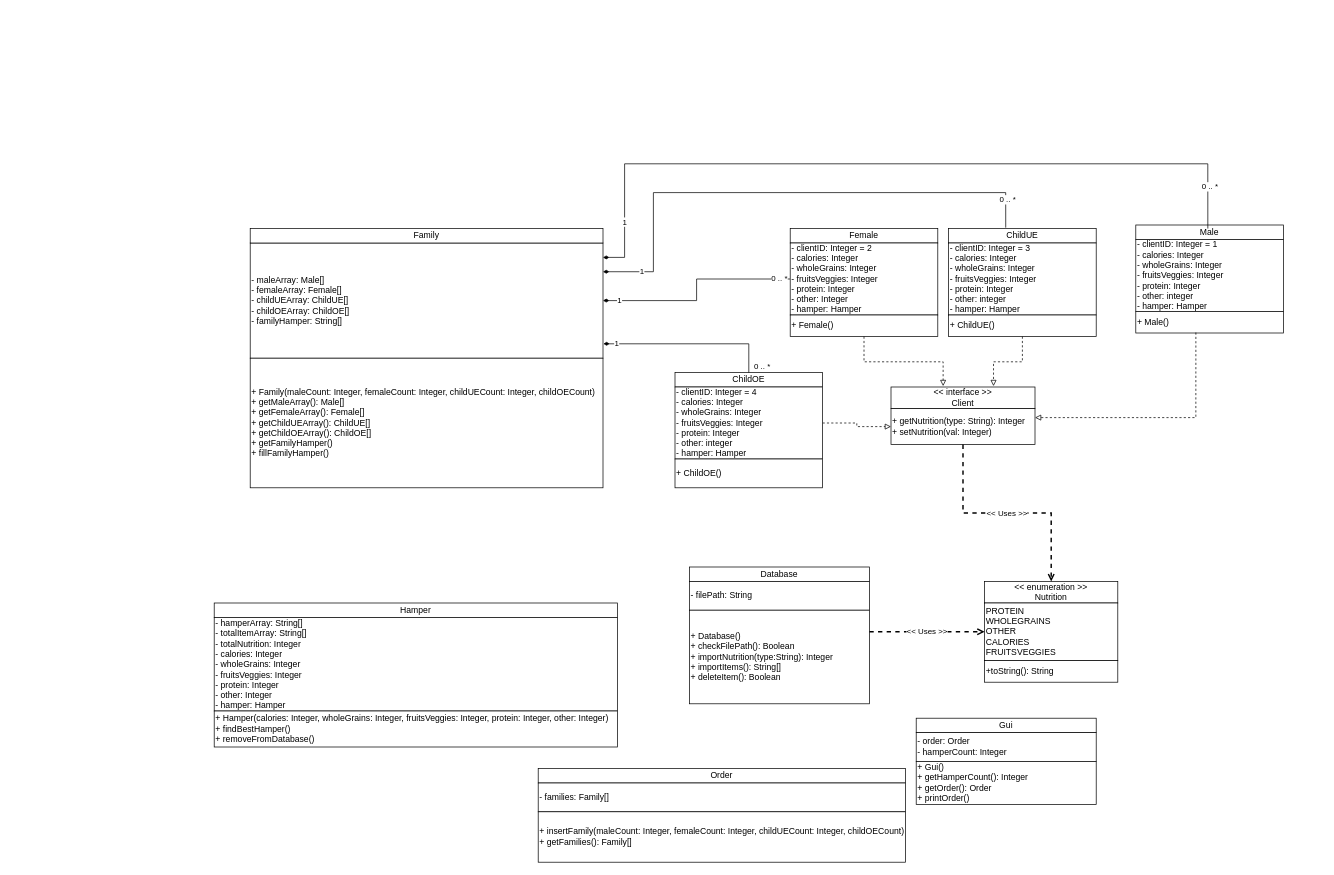
The draw.io diagram uml.drawio in dyenaan/ENSF409Group30, before the edit. Source tidied: cells renumbered, new cells numbered last; positions are measured from the earlier drawing's top-left corner, leaving out a move shared by most shapes. Both pictures are drawn from the tidied source at 72%, with x=0, y=0 at pixel (214, 163).
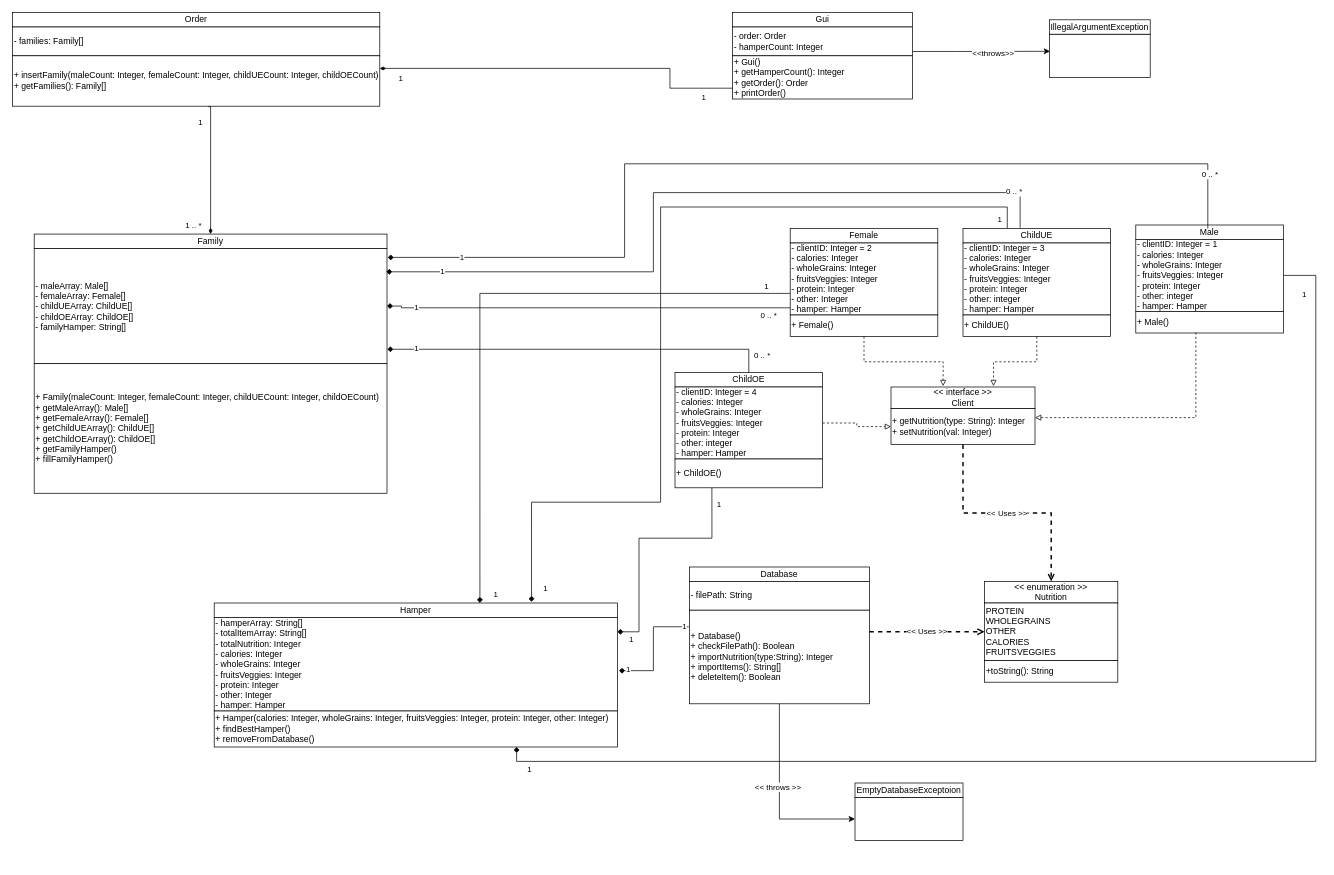
Above is the later version.

Commit message (it also covers changes not shown here):
Current UML diagram for the project

The change refers to these unchanged cells:
```xml
<mxCell id="5" value="Male" style="rounded=0;whiteSpace=wrap;html=1;" parent="1" vertex="1">
  <mxGeometry x="1280" y="85" width="205" height="20" as="geometry" />
</mxCell>
<mxCell id="6" value="- clientID: Integer = 1&lt;br&gt;- calories: Integer&lt;br&gt;- wholeGrains: Integer&lt;br&gt;- fruitsVeggies: Integer&lt;br&gt;- protein: Integer&lt;br&gt;- other: integer&lt;br&gt;- hamper: Hamper" style="rounded=0;whiteSpace=wrap;html=1;align=left;" parent="1" vertex="1">
  <mxGeometry x="1280" y="105" width="205" height="100" as="geometry" />
</mxCell>
<mxCell id="12" value="- clientID: Integer = 2&lt;br&gt;- calories: Integer&lt;br&gt;- wholeGrains: Integer&lt;br&gt;- fruitsVeggies: Integer&lt;br&gt;- protein: Integer&lt;br&gt;- other: Integer&lt;br&gt;- hamper: Hamper" style="rounded=0;whiteSpace=wrap;html=1;align=left;" parent="1" vertex="1">
  <mxGeometry x="800" y="110" width="205" height="100" as="geometry" />
</mxCell>
<mxCell id="17" value="ChildOE" style="rounded=0;whiteSpace=wrap;html=1;" parent="1" vertex="1">
  <mxGeometry x="640" y="290" width="205" height="20" as="geometry" />
</mxCell>
<mxCell id="20" value="+ ChildOE()" style="rounded=0;whiteSpace=wrap;html=1;align=left;" parent="1" vertex="1">
  <mxGeometry x="640" y="410" width="205" height="40" as="geometry" />
</mxCell>
<mxCell id="21" value="Hamper" style="rounded=0;whiteSpace=wrap;html=1;" parent="1" vertex="1">
  <mxGeometry y="610" width="560" height="20" as="geometry" />
</mxCell>
<mxCell id="22" value="- hamperArray: String[]&lt;br&gt;- totalItemArray: String[]&lt;br&gt;- totalNutrition: Integer&lt;br&gt;- calories: Integer&lt;br&gt;- wholeGrains: Integer&lt;br&gt;- fruitsVeggies: Integer&lt;br&gt;- protein: Integer&lt;br&gt;- other: Integer&lt;br&gt;- hamper: Hamper" style="rounded=0;whiteSpace=wrap;html=1;align=left;" parent="1" vertex="1">
  <mxGeometry y="630" width="560" height="130" as="geometry" />
</mxCell>
<mxCell id="23" value="+ Hamper(calories: Integer, wholeGrains: Integer, fruitsVeggies: Integer, protein: Integer, other: Integer)&lt;br&gt;+ findBestHamper()&lt;br&gt;+ removeFromDatabase()" style="rounded=0;whiteSpace=wrap;html=1;align=left;" parent="1" vertex="1">
  <mxGeometry y="760" width="560" height="50" as="geometry" />
</mxCell>
<mxCell id="28" value="+ Database()&lt;br&gt;+ checkFilePath(): Boolean&lt;br&gt;+ importNutrition(type:String): Integer&lt;br&gt;+ importItems(): String[]&lt;br&gt;+ deleteItem(): Boolean" style="rounded=0;whiteSpace=wrap;html=1;align=left;" parent="1" vertex="1">
  <mxGeometry x="660" y="620" width="250" height="130" as="geometry" />
</mxCell>
```

Diff of the diagram source:
```diff
@@
     <mxCell id="2" value="- maleArray: Male[]&lt;br&gt;- femaleArray: Female[]&lt;br&gt;- childUEArray: ChildUE[]&lt;br&gt;- childOEArray: ChildOE[]&lt;br&gt;- familyHamper: String[]" style="rounded=0;whiteSpace=wrap;html=1;align=left;" parent="1" vertex="1">
-      <mxGeometry x="50" y="110" width="490" height="160" as="geometry" />
+      <mxGeometry x="-250" y="117.6" width="490" height="160" as="geometry" />
     </mxCell>
     <mxCell id="3" value="Family" style="rounded=0;whiteSpace=wrap;html=1;" parent="1" vertex="1">
-      <mxGeometry x="50" y="90" width="490" height="20" as="geometry" />
+      <mxGeometry x="-250" y="97.6" width="490" height="20" as="geometry" />
     </mxCell>
     <mxCell id="4" value="+ Family(maleCount: Integer, femaleCount: Integer, childUECount: Integer, childOECount)&lt;br&gt;+ getMaleArray(): Male[]&lt;br&gt;+ getFemaleArray(): Female[]&lt;br&gt;+ getChildUEArray(): ChildUE[]&lt;br&gt;+ getChildOEArray(): ChildOE[]&lt;br&gt;+ getFamilyHamper()&lt;br&gt;+ fillFamilyHamper()" style="rounded=0;whiteSpace=wrap;html=1;align=left;" parent="1" vertex="1">
-      <mxGeometry x="50" y="270" width="490" height="180" as="geometry" />
+      <mxGeometry x="-250" y="277.6" width="490" height="180" as="geometry" />
     </mxCell>
@@
+    <mxCell id="52" style="edgeStyle=orthogonalEdgeStyle;rounded=0;jettySize=auto;html=1;entryX=0.75;entryY=1;entryDx=0;entryDy=0;endArrow=diamond;endFill=1;" parent="1" edge="1" source="6" target="23">
+      <mxGeometry relative="1" as="geometry">
+        <Array as="points">
+          <mxPoint x="1530" y="155" />
+          <mxPoint x="1530" y="830" />
+          <mxPoint x="420" y="830" />
+        </Array>
+      </mxGeometry>
+    </mxCell>
+    <mxCell id="53" value="1" style="edgeLabel;html=1;align=center;verticalAlign=middle;" parent="52" vertex="1">
+      <mxGeometry x="0.93" y="2" relative="1" as="geometry">
+        <mxPoint x="-28" y="8" as="offset" />
+      </mxGeometry>
+    </mxCell>
+    <mxCell id="54" value="1" style="edgeLabel;html=1;align=center;verticalAlign=middle;" parent="52" vertex="1">
+      <mxGeometry x="-0.97" y="-1" relative="1" as="geometry">
+        <mxPoint y="24" as="offset" />
+      </mxGeometry>
+    </mxCell>
@@
-    <mxCell id="9" style="edgeStyle=orthogonalEdgeStyle;rounded=0;jettySize=auto;html=1;entryX=1;entryY=0.5;entryDx=0;entryDy=0;endArrow=diamondThin;endFill=1;" parent="1" edge="1" source="12" target="2">
-      <mxGeometry relative="1" as="geometry" />
+    <mxCell id="9" style="edgeStyle=orthogonalEdgeStyle;rounded=0;jettySize=auto;html=1;endArrow=diamond;endFill=1;entryX=1;entryY=0.5;entryDx=0;entryDy=0;" parent="1" edge="1" source="12" target="2">
+      <mxGeometry relative="1" as="geometry">
+        <Array as="points">
+          <mxPoint x="260" y="200" />
+          <mxPoint x="260" y="198" />
+        </Array>
+      </mxGeometry>
     </mxCell>
@@
     <mxCell id="11" value="0 .. *" style="edgeLabel;html=1;align=center;verticalAlign=middle;" parent="9" vertex="1">
-      <mxGeometry x="-0.89" y="-2" relative="1" as="geometry" />
+      <mxGeometry x="-0.89" y="-2" relative="1" as="geometry">
+        <mxPoint y="12" as="offset" />
+      </mxGeometry>
     </mxCell>
+    <mxCell id="55" style="edgeStyle=orthogonalEdgeStyle;rounded=0;jettySize=auto;html=1;entryX=0.659;entryY=-0.007;entryDx=0;entryDy=0;entryPerimeter=0;endArrow=diamond;endFill=1;" parent="1" edge="1" source="12" target="21">
+      <mxGeometry relative="1" as="geometry">
+        <Array as="points">
+          <mxPoint x="369" y="180" />
+        </Array>
+      </mxGeometry>
+    </mxCell>
+    <mxCell id="56" value="1" style="edgeLabel;html=1;align=center;verticalAlign=middle;" parent="55" vertex="1">
+      <mxGeometry x="0.96" y="-2" relative="1" as="geometry">
+        <mxPoint x="23" y="4" as="offset" />
+      </mxGeometry>
+    </mxCell>
+    <mxCell id="57" value="1" style="edgeLabel;html=1;align=center;verticalAlign=middle;" parent="55" vertex="1">
+      <mxGeometry x="-0.92" relative="1" as="geometry">
+        <mxPoint y="-10" as="offset" />
+      </mxGeometry>
+    </mxCell>
@@
     <mxCell id="14" value="ChildUE" style="rounded=0;whiteSpace=wrap;html=1;" parent="1" vertex="1">
-      <mxGeometry x="1020" y="90" width="205" height="20" as="geometry" />
+      <mxGeometry x="1040" y="90" width="205" height="20" as="geometry" />
     </mxCell>
+    <mxCell id="58" style="edgeStyle=orthogonalEdgeStyle;rounded=0;jettySize=auto;html=1;endArrow=diamond;endFill=1;exitX=0.3;exitY=-0.04;exitDx=0;exitDy=0;exitPerimeter=0;entryX=0.787;entryY=-0.082;entryDx=0;entryDy=0;entryPerimeter=0;" parent="1" edge="1" source="14" target="21">
+      <mxGeometry relative="1" as="geometry">
+        <Array as="points">
+          <mxPoint x="1101" y="60" />
+          <mxPoint x="620" y="60" />
+          <mxPoint x="620" y="470" />
+          <mxPoint x="441" y="470" />
+        </Array>
+      </mxGeometry>
+    </mxCell>
+    <mxCell id="59" value="1" style="edgeLabel;html=1;align=center;verticalAlign=middle;" parent="58" vertex="1">
+      <mxGeometry x="0.97" relative="1" as="geometry">
+        <mxPoint x="19" as="offset" />
+      </mxGeometry>
+    </mxCell>
+    <mxCell id="60" value="1" style="edgeLabel;html=1;align=center;verticalAlign=middle;" parent="58" vertex="1">
+      <mxGeometry x="-0.98" relative="1" as="geometry">
+        <mxPoint x="-11" as="offset" />
+      </mxGeometry>
+    </mxCell>
     <mxCell id="15" value="- clientID: Integer = 3&lt;br&gt;- calories: Integer&lt;br&gt;- wholeGrains: Integer&lt;br&gt;- fruitsVeggies: Integer&lt;br&gt;- protein: Integer&lt;br&gt;- other: integer&lt;br&gt;- hamper: Hamper" style="rounded=0;whiteSpace=wrap;html=1;align=left;" parent="1" vertex="1">
-      <mxGeometry x="1020" y="110" width="205" height="100" as="geometry" />
+      <mxGeometry x="1040" y="110" width="205" height="100" as="geometry" />
     </mxCell>
     <mxCell id="16" value="+ ChildUE()" style="rounded=0;whiteSpace=wrap;html=1;align=left;" parent="1" vertex="1">
-      <mxGeometry x="1020" y="210" width="205" height="30" as="geometry" />
+      <mxGeometry x="1040" y="210" width="205" height="30" as="geometry" />
     </mxCell>
@@
+    <mxCell id="61" style="edgeStyle=orthogonalEdgeStyle;rounded=0;jettySize=auto;html=1;entryX=1;entryY=0.154;entryDx=0;entryDy=0;entryPerimeter=0;endArrow=diamond;endFill=1;exitX=0.25;exitY=1;exitDx=0;exitDy=0;" parent="1" edge="1" source="20" target="22">
+      <mxGeometry relative="1" as="geometry">
+        <Array as="points">
+          <mxPoint x="691" y="520" />
+          <mxPoint x="590" y="520" />
+          <mxPoint x="590" y="650" />
+        </Array>
+      </mxGeometry>
+    </mxCell>
+    <mxCell id="62" value="1" style="edgeLabel;html=1;align=center;verticalAlign=middle;" parent="61" vertex="1">
+      <mxGeometry x="0.89" y="1" relative="1" as="geometry">
+        <mxPoint y="9" as="offset" />
+      </mxGeometry>
+    </mxCell>
+    <mxCell id="63" value="1" style="edgeLabel;html=1;align=center;verticalAlign=middle;" parent="61" vertex="1">
+      <mxGeometry x="-0.86" y="2" relative="1" as="geometry">
+        <mxPoint x="7" as="offset" />
+      </mxGeometry>
+    </mxCell>
@@
+    <mxCell id="64" style="edgeStyle=orthogonalEdgeStyle;rounded=0;jettySize=auto;html=1;entryX=0;entryY=0.5;entryDx=0;entryDy=0;endArrow=classic;endFill=1;" parent="1" edge="1" source="28" target="77">
+      <mxGeometry relative="1" as="geometry" />
+    </mxCell>
+    <mxCell id="65" value="&amp;lt;&amp;lt; throws &amp;gt;&amp;gt;" style="edgeLabel;html=1;align=center;verticalAlign=middle;" parent="64" vertex="1">
+      <mxGeometry x="-0.13" y="-3" relative="1" as="geometry" />
+    </mxCell>
@@
     <mxCell id="29" value="Order" style="rounded=0;whiteSpace=wrap;html=1;" parent="1" vertex="1">
-      <mxGeometry x="450" y="840" width="510" height="20" as="geometry" />
+      <mxGeometry x="-280" y="-210" width="510" height="20" as="geometry" />
     </mxCell>
     <mxCell id="30" value="- families: Family[]&amp;nbsp;" style="rounded=0;whiteSpace=wrap;html=1;align=left;" parent="1" vertex="1">
-      <mxGeometry x="450" y="860" width="510" height="40" as="geometry" />
+      <mxGeometry x="-280" y="-190" width="510" height="40" as="geometry" />
     </mxCell>
     <mxCell id="31" value="+ insertFamily(maleCount: Integer, femaleCount: Integer, childUECount: Integer, childOECount)&lt;br&gt;+ getFamilies(): Family[]" style="rounded=0;whiteSpace=wrap;html=1;align=left;" parent="1" vertex="1">
-      <mxGeometry x="450" y="900" width="510" height="70" as="geometry" />
+      <mxGeometry x="-280" y="-150" width="510" height="70" as="geometry" />
     </mxCell>
     <mxCell id="32" value="Gui" style="rounded=0;whiteSpace=wrap;html=1;" parent="1" vertex="1">
-      <mxGeometry x="975" y="770" width="250" height="20" as="geometry" />
+      <mxGeometry x="720" y="-210" width="250" height="20" as="geometry" />
     </mxCell>
+    <mxCell id="66" style="edgeStyle=orthogonalEdgeStyle;rounded=0;jettySize=auto;html=1;entryX=0.006;entryY=0.396;entryDx=0;entryDy=0;entryPerimeter=0;endArrow=classic;endFill=1;" parent="1" edge="1" source="33" target="79">
+      <mxGeometry relative="1" as="geometry">
+        <Array as="points">
+          <mxPoint x="1030" y="-156" />
+          <mxPoint x="1030" y="-156" />
+        </Array>
+      </mxGeometry>
+    </mxCell>
+    <mxCell id="67" value="&amp;lt;&amp;lt;throws&amp;gt;&amp;gt;" style="edgeLabel;html=1;align=center;verticalAlign=middle;" parent="66" vertex="1">
+      <mxGeometry x="0.51" y="-3" relative="1" as="geometry">
+        <mxPoint x="-33" as="offset" />
+      </mxGeometry>
+    </mxCell>
     <mxCell id="33" value="- order: Order&lt;br&gt;- hamperCount: Integer" style="rounded=0;whiteSpace=wrap;html=1;align=left;" parent="1" vertex="1">
-      <mxGeometry x="975" y="790" width="250" height="40" as="geometry" />
+      <mxGeometry x="720" y="-190" width="250" height="40" as="geometry" />
     </mxCell>
     <mxCell id="34" value="+ Gui()&lt;br&gt;+ getHamperCount(): Integer&lt;br&gt;+ getOrder(): Order&lt;br&gt;+ printOrder()" style="rounded=0;whiteSpace=wrap;html=1;align=left;" parent="1" vertex="1">
-      <mxGeometry x="975" y="830" width="250" height="60" as="geometry" />
+      <mxGeometry x="720" y="-150" width="250" height="60" as="geometry" />
     </mxCell>
@@
-    <mxCell id="43" style="edgeStyle=orthogonalEdgeStyle;rounded=0;jettySize=auto;html=1;entryX=1;entryY=0.5;entryDx=0;entryDy=0;endArrow=diamondThin;endFill=1;exitX=0.387;exitY=-0.066;exitDx=0;exitDy=0;exitPerimeter=0;" parent="1" edge="1" source="14">
+    <mxCell id="43" style="edgeStyle=orthogonalEdgeStyle;rounded=0;jettySize=auto;html=1;endArrow=diamond;endFill=1;exitX=0.387;exitY=-0.066;exitDx=0;exitDy=0;exitPerimeter=0;" parent="1" edge="1" source="14">
       <mxGeometry relative="1" as="geometry">
-        <mxPoint x="540" y="149.9" as="targetPoint" />
+        <mxPoint x="239" y="150" as="targetPoint" />
         <Array as="points">
           <mxPoint x="1099" y="40" />
           <mxPoint x="610" y="40" />
           <mxPoint x="610" y="150" />
+          <mxPoint x="239" y="150" />
         </Array>
       </mxGeometry>
     </mxCell>
@@
-    <mxCell id="46" style="edgeStyle=orthogonalEdgeStyle;rounded=0;jettySize=auto;html=1;entryX=1;entryY=0.5;entryDx=0;entryDy=0;endArrow=diamondThin;endFill=1;exitX=0.488;exitY=0.25;exitDx=0;exitDy=0;exitPerimeter=0;" parent="1" edge="1" source="5">
+    <mxCell id="46" style="edgeStyle=orthogonalEdgeStyle;rounded=0;jettySize=auto;html=1;endArrow=diamond;endFill=1;exitX=0.488;exitY=0.25;exitDx=0;exitDy=0;exitPerimeter=0;" parent="1" edge="1" source="5">
       <mxGeometry relative="1" as="geometry">
-        <mxPoint x="540" y="130" as="targetPoint" />
+        <mxPoint x="241" y="130" as="targetPoint" />
         <Array as="points">
           <mxPoint x="1380" />
           <mxPoint x="570" />
           <mxPoint x="570" y="130" />
+          <mxPoint x="241" y="130" />
         </Array>
       </mxGeometry>
     </mxCell>
@@
-    <mxCell id="49" style="edgeStyle=orthogonalEdgeStyle;rounded=0;jettySize=auto;html=1;entryX=1.001;entryY=0.875;entryDx=0;entryDy=0;endArrow=diamondThin;endFill=1;entryPerimeter=0;exitX=0.5;exitY=0;exitDx=0;exitDy=0;" parent="1" edge="1" source="17" target="2">
+    <mxCell id="49" style="edgeStyle=orthogonalEdgeStyle;rounded=0;jettySize=auto;html=1;entryX=1.001;entryY=0.875;entryDx=0;entryDy=0;endArrow=diamond;endFill=1;entryPerimeter=0;exitX=0.5;exitY=0;exitDx=0;exitDy=0;" parent="1" edge="1" source="17" target="2">
       <mxGeometry relative="1" as="geometry" />
     </mxCell>
@@
+    <mxCell id="68" style="edgeStyle=orthogonalEdgeStyle;rounded=0;jettySize=auto;html=1;entryX=1.004;entryY=0.569;entryDx=0;entryDy=0;endArrow=diamond;endFill=1;entryPerimeter=0;exitX=-0.004;exitY=0.177;exitDx=0;exitDy=0;exitPerimeter=0;" parent="1" edge="1" source="28" target="22">
+      <mxGeometry relative="1" as="geometry" />
+    </mxCell>
+    <mxCell id="69" value="1" style="edgeLabel;html=1;align=center;verticalAlign=middle;" parent="68" vertex="1">
+      <mxGeometry x="0.85" y="-1" relative="1" as="geometry" />
+    </mxCell>
+    <mxCell id="70" value="1" style="edgeLabel;html=1;align=center;verticalAlign=middle;" parent="68" vertex="1">
+      <mxGeometry x="-0.91" y="-1" relative="1" as="geometry" />
+    </mxCell>
+    <mxCell id="71" style="edgeStyle=orthogonalEdgeStyle;rounded=0;jettySize=auto;html=1;entryX=0.5;entryY=0;entryDx=0;entryDy=0;endArrow=diamondThin;endFill=1;exitX=0.533;exitY=1.009;exitDx=0;exitDy=0;exitPerimeter=0;" parent="1" edge="1" source="31" target="3">
+      <mxGeometry relative="1" as="geometry">
+        <Array as="points">
+          <mxPoint x="-5" y="-79" />
+        </Array>
+      </mxGeometry>
+    </mxCell>
+    <mxCell id="72" value="1 .. *" style="edgeLabel;html=1;align=center;verticalAlign=middle;" parent="71" vertex="1">
+      <mxGeometry x="0.85" y="-1" relative="1" as="geometry">
+        <mxPoint x="-24" as="offset" />
+      </mxGeometry>
+    </mxCell>
+    <mxCell id="73" value="1" style="edgeLabel;html=1;align=center;verticalAlign=middle;" parent="71" vertex="1">
+      <mxGeometry x="-0.89" y="-2" relative="1" as="geometry">
+        <mxPoint x="-13" y="14" as="offset" />
+      </mxGeometry>
+    </mxCell>
+    <mxCell id="74" style="edgeStyle=orthogonalEdgeStyle;rounded=0;jettySize=auto;html=1;entryX=1;entryY=0.25;entryDx=0;entryDy=0;endArrow=diamondThin;endFill=1;exitX=0;exitY=0.75;exitDx=0;exitDy=0;" parent="1" edge="1" source="34" target="31">
+      <mxGeometry relative="1" as="geometry">
+        <Array as="points">
+          <mxPoint x="633" y="-105" />
+          <mxPoint x="633" y="-132" />
+        </Array>
+      </mxGeometry>
+    </mxCell>
+    <mxCell id="75" value="1" style="edgeLabel;html=1;align=center;verticalAlign=middle;" parent="74" vertex="1">
+      <mxGeometry x="0.85" y="-1" relative="1" as="geometry">
+        <mxPoint x="-10" y="14" as="offset" />
+      </mxGeometry>
+    </mxCell>
+    <mxCell id="76" value="1" style="edgeLabel;html=1;align=center;verticalAlign=middle;" parent="74" vertex="1">
+      <mxGeometry x="-0.89" y="-2" relative="1" as="geometry">
+        <mxPoint x="-13" y="14" as="offset" />
+      </mxGeometry>
+    </mxCell>
+    <mxCell id="77" style="rounded=0;whiteSpace=wrap;html=1;" parent="1" vertex="1">
+      <mxGeometry x="890" y="880" width="150" height="60" as="geometry" />
+    </mxCell>
+    <mxCell id="78" value="EmptyDatabaseExceptoion" style="rounded=0;whiteSpace=wrap;html=1;" parent="1" vertex="1">
+      <mxGeometry x="890" y="860" width="150" height="20" as="geometry" />
+    </mxCell>
+    <mxCell id="79" style="rounded=0;whiteSpace=wrap;html=1;" parent="1" vertex="1">
+      <mxGeometry x="1160" y="-180" width="140" height="60" as="geometry" />
+    </mxCell>
+    <mxCell id="80" value="IllegalArgumentException" style="rounded=0;whiteSpace=wrap;html=1;" parent="1" vertex="1">
+      <mxGeometry x="1160" y="-200" width="140" height="20" as="geometry" />
+    </mxCell>
```
